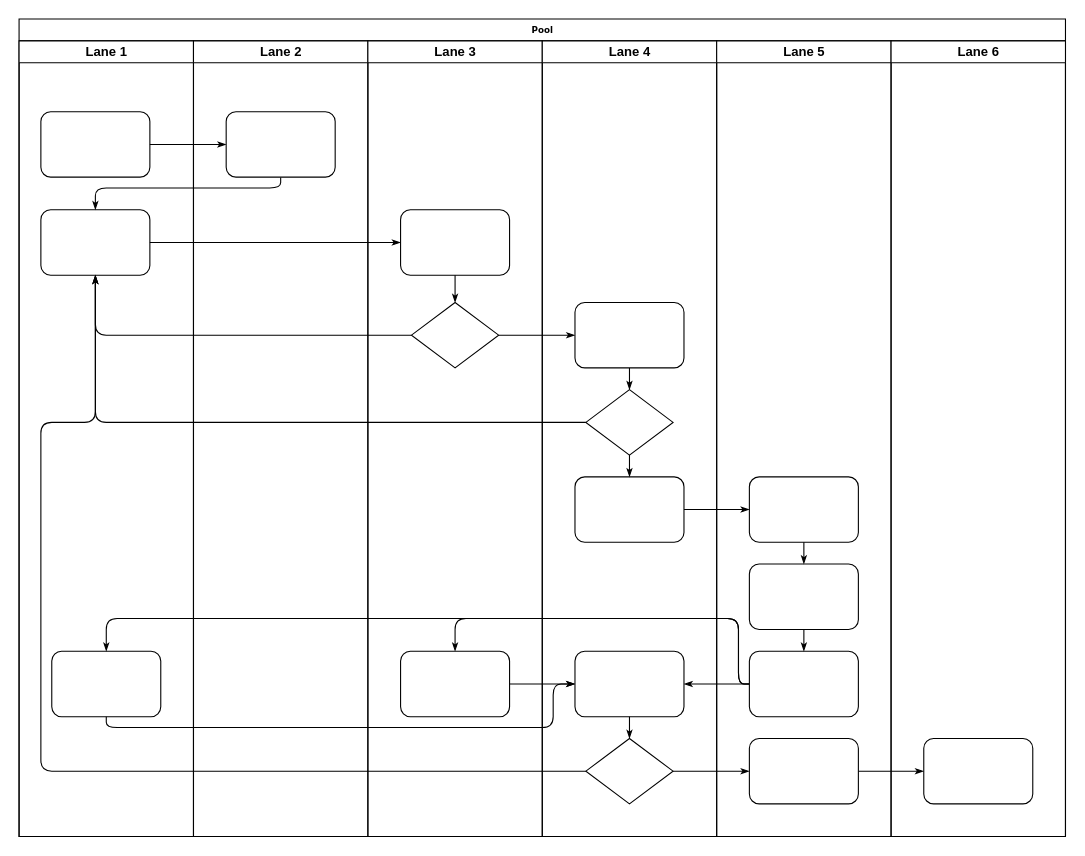
Before: docs/Biểu đồ không có tiêu đề.drawio in hoanglong8/FoxAI-Data-Analyst, a draw.io diagram. Source tidied: cells renumbered, new cells numbered last; positions are measured from the earlier drawing's top-left corner, leaving out a move shared by most shapes. Both pictures are drawn from the tidied source at 109%, with x=0, y=0 at pixel (19, 19).
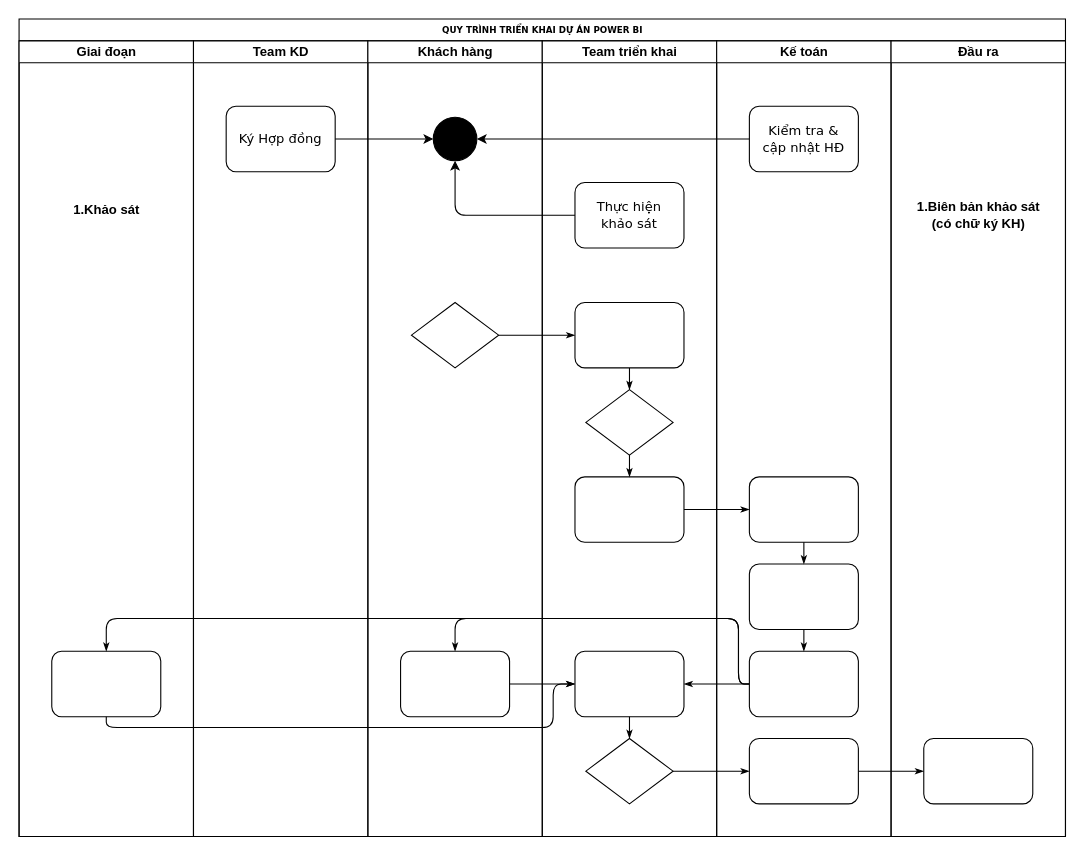
After the change.

Commit message:
Cập nhật Biểu đồ không có tiêu đề.drawio

The change refers to these unchanged cells:
```xml
<mxCell id="26" style="rhombus;whiteSpace=wrap;html=1;rounded=0;shadow=0;labelBackgroundColor=none;strokeWidth=1;fontFamily=Verdana;fontSize=8;align=center;" parent="24" vertex="1">
  <mxGeometry x="40" y="240" width="80" height="60" as="geometry" />
</mxCell>
<mxCell id="31" style="rhombus;whiteSpace=wrap;html=1;rounded=0;shadow=0;labelBackgroundColor=none;strokeWidth=1;fontFamily=Verdana;fontSize=8;align=center;" parent="29" vertex="1">
  <mxGeometry x="40" y="320" width="80" height="60" as="geometry" />
</mxCell>
<mxCell id="34" style="rhombus;whiteSpace=wrap;html=1;rounded=0;shadow=0;labelBackgroundColor=none;strokeWidth=1;fontFamily=Verdana;fontSize=8;align=center;" parent="29" vertex="1">
  <mxGeometry x="40" y="640" width="80" height="60" as="geometry" />
</mxCell>
```

What changed in the source:
```diff
@@
-    <mxCell id="2" value="Pool" style="swimlane;html=1;startSize=20;rounded=0;shadow=0;labelBackgroundColor=none;strokeWidth=1;fontFamily=Verdana;fontSize=8;align=center;" parent="1" vertex="1">
+    <mxCell id="2" value="QUY TRÌNH TRIỂN KHAI DỰ ÁN POWER BI" style="swimlane;html=1;startSize=20;rounded=0;shadow=0;labelBackgroundColor=none;strokeWidth=1;fontFamily=Verdana;fontSize=8;align=center;" parent="1" vertex="1">
       <mxGeometry width="960" height="750" as="geometry" />
     </mxCell>
-    <mxCell id="3" value="Lane 1" style="swimlane;html=1;startSize=20;" parent="2" vertex="1">
+    <mxCell id="3" value="Giai đoạn" style="swimlane;html=1;startSize=20;" parent="2" vertex="1">
       <mxGeometry y="20" width="160" height="730" as="geometry" />
     </mxCell>
-    <mxCell id="4" style="rounded=1;whiteSpace=wrap;html=1;shadow=0;labelBackgroundColor=none;strokeWidth=1;fontFamily=Verdana;fontSize=8;align=center;" parent="3" vertex="1">
-      <mxGeometry x="20" y="65" width="100" height="60" as="geometry" />
-    </mxCell>
-    <mxCell id="5" style="rounded=1;whiteSpace=wrap;html=1;shadow=0;labelBackgroundColor=none;strokeWidth=1;fontFamily=Verdana;fontSize=8;align=center;" parent="3" vertex="1">
-      <mxGeometry x="20" y="155" width="100" height="60" as="geometry" />
-    </mxCell>
@@
-    <mxCell id="7" style="edgeStyle=orthogonalEdgeStyle;rounded=1;html=1;labelBackgroundColor=none;startArrow=none;startFill=0;startSize=5;endArrow=classicThin;endFill=1;endSize=5;jettySize=auto;strokeWidth=1;fontFamily=Verdana;fontSize=8;" parent="2" edge="1" source="4" target="23">
-      <mxGeometry relative="1" as="geometry" />
-    </mxCell>
-    <mxCell id="8" style="edgeStyle=orthogonalEdgeStyle;rounded=1;html=1;labelBackgroundColor=none;startArrow=none;startFill=0;startSize=5;endArrow=classicThin;endFill=1;endSize=5;jettySize=auto;strokeWidth=1;fontFamily=Verdana;fontSize=8;" parent="2" edge="1" source="23" target="5">
-      <mxGeometry relative="1" as="geometry">
-        <Array as="points">
-          <mxPoint x="240" y="155" />
-          <mxPoint x="70" y="155" />
-        </Array>
-      </mxGeometry>
-    </mxCell>
-    <mxCell id="9" style="edgeStyle=orthogonalEdgeStyle;rounded=1;html=1;labelBackgroundColor=none;startArrow=none;startFill=0;startSize=5;endArrow=classicThin;endFill=1;endSize=5;jettySize=auto;strokeWidth=1;fontFamily=Verdana;fontSize=8;" parent="2" edge="1" source="5" target="25">
-      <mxGeometry relative="1" as="geometry" />
-    </mxCell>
-    <mxCell id="10" style="edgeStyle=orthogonalEdgeStyle;rounded=1;html=1;labelBackgroundColor=none;startArrow=none;startFill=0;startSize=5;endArrow=classicThin;endFill=1;endSize=5;jettySize=auto;strokeWidth=1;fontFamily=Verdana;fontSize=8;" parent="2" edge="1" source="26" target="5">
-      <mxGeometry relative="1" as="geometry" />
-    </mxCell>
-    <mxCell id="11" style="edgeStyle=orthogonalEdgeStyle;rounded=1;html=1;labelBackgroundColor=none;startArrow=none;startFill=0;startSize=5;endArrow=classicThin;endFill=1;endSize=5;jettySize=auto;strokeWidth=1;fontFamily=Verdana;fontSize=8;" parent="2" edge="1" source="31" target="5">
-      <mxGeometry relative="1" as="geometry" />
-    </mxCell>
-    <mxCell id="12" style="edgeStyle=orthogonalEdgeStyle;rounded=1;html=1;labelBackgroundColor=none;startArrow=none;startFill=0;startSize=5;endArrow=classicThin;endFill=1;endSize=5;jettySize=auto;strokeWidth=1;fontFamily=Verdana;fontSize=8;" parent="2" edge="1" source="34" target="5">
-      <mxGeometry relative="1" as="geometry">
-        <Array as="points">
-          <mxPoint x="20" y="690" />
-          <mxPoint x="20" y="370" />
-          <mxPoint x="70" y="370" />
-        </Array>
-      </mxGeometry>
-    </mxCell>
+    <mxCell id="47" value="1.Khảo sát" style="text;html=1;align=center;verticalAlign=middle;strokeColor=none;fillColor=none;fontStyle=1;" parent="3" vertex="1">
+      <mxGeometry x="40" y="140" width="80" height="30" as="geometry" />
+    </mxCell>
@@
-    <mxCell id="22" value="Lane 2" style="swimlane;html=1;startSize=20;" parent="2" vertex="1">
+    <mxCell id="22" value="Team KD" style="swimlane;html=1;startSize=20;" parent="2" vertex="1">
       <mxGeometry x="160" y="20" width="160" height="730" as="geometry" />
     </mxCell>
-    <mxCell id="23" style="rounded=1;whiteSpace=wrap;html=1;shadow=0;labelBackgroundColor=none;strokeWidth=1;fontFamily=Verdana;fontSize=8;align=center;" parent="22" vertex="1">
-      <mxGeometry x="30" y="65" width="100" height="60" as="geometry" />
+    <mxCell id="23" value="&lt;font style=&quot;font-size: 12px;&quot;&gt;Ký Hợp đồng&lt;/font&gt;" style="rounded=1;whiteSpace=wrap;html=1;shadow=0;labelBackgroundColor=none;strokeWidth=1;fontFamily=Verdana;fontSize=8;align=center;" parent="22" vertex="1">
+      <mxGeometry x="30" y="60" width="100" height="60" as="geometry" />
     </mxCell>
-    <mxCell id="24" value="Lane 3" style="swimlane;html=1;startSize=20;" parent="2" vertex="1">
+    <mxCell id="24" value="Khách hàng" style="swimlane;html=1;startSize=20;" parent="2" vertex="1">
       <mxGeometry x="320" y="20" width="160" height="730" as="geometry" />
     </mxCell>
-    <mxCell id="25" style="rounded=1;whiteSpace=wrap;html=1;shadow=0;labelBackgroundColor=none;strokeWidth=1;fontFamily=Verdana;fontSize=8;align=center;" parent="24" vertex="1">
-      <mxGeometry x="30" y="155" width="100" height="60" as="geometry" />
-    </mxCell>
@@
-    <mxCell id="28" style="edgeStyle=orthogonalEdgeStyle;rounded=1;html=1;labelBackgroundColor=none;startArrow=none;startFill=0;startSize=5;endArrow=classicThin;endFill=1;endSize=5;jettySize=auto;strokeWidth=1;fontFamily=Verdana;fontSize=8;" parent="24" edge="1" source="25" target="26">
-      <mxGeometry relative="1" as="geometry" />
-    </mxCell>
+    <mxCell id="48" style="ellipse;whiteSpace=wrap;html=1;fillColor=#000000;" parent="24" vertex="1">
+      <mxGeometry x="60" y="70" width="40" height="40" as="geometry" />
+    </mxCell>
-    <mxCell id="29" value="Lane 4" style="swimlane;html=1;startSize=20;" parent="2" vertex="1">
+    <mxCell id="29" value="Team triển khai" style="swimlane;html=1;startSize=20;" parent="2" vertex="1">
       <mxGeometry x="480" y="20" width="160" height="730" as="geometry" />
     </mxCell>
@@
+    <mxCell id="49" value="&lt;font style=&quot;font-size: 12px;&quot;&gt;Thực hiện &lt;br&gt;khảo sát&lt;/font&gt;" style="rounded=1;whiteSpace=wrap;html=1;shadow=0;labelBackgroundColor=none;strokeWidth=1;fontFamily=Verdana;fontSize=8;align=center;" parent="29" vertex="1">
+      <mxGeometry x="30" y="130" width="100" height="60" as="geometry" />
+    </mxCell>
-    <mxCell id="38" value="Lane 5" style="swimlane;html=1;startSize=20;" parent="2" vertex="1">
+    <mxCell id="38" value="Kế toán" style="swimlane;html=1;startSize=20;" parent="2" vertex="1">
       <mxGeometry x="640" y="20" width="160" height="730" as="geometry" />
     </mxCell>
@@
+    <mxCell id="5" value="&lt;span style=&quot;font-size: 12px;&quot;&gt;Kiểm tra &amp;amp;&lt;br&gt;cập nhật HĐ&lt;/span&gt;" style="rounded=1;whiteSpace=wrap;html=1;shadow=0;labelBackgroundColor=none;strokeWidth=1;fontFamily=Verdana;fontSize=8;align=center;" parent="38" vertex="1">
+      <mxGeometry x="30" y="60" width="100" height="60" as="geometry" />
+    </mxCell>
-    <mxCell id="45" value="Lane 6" style="swimlane;html=1;startSize=20;" parent="2" vertex="1">
+    <mxCell id="45" value="Đầu ra" style="swimlane;html=1;startSize=20;" parent="2" vertex="1">
       <mxGeometry x="800" y="20" width="160" height="730" as="geometry" />
     </mxCell>
@@
+    <mxCell id="50" value="&lt;b&gt;1.Biên bản khảo sát &lt;br&gt;(có chữ ký KH)&lt;/b&gt;" style="text;html=1;align=center;verticalAlign=middle;strokeColor=none;fillColor=none;" parent="45" vertex="1">
+      <mxGeometry x="10" y="140" width="140" height="40" as="geometry" />
+    </mxCell>
+    <mxCell id="51" style="edgeStyle=orthogonalEdgeStyle;rounded=0;jettySize=auto;html=1;exitX=1;exitY=0.5;exitDx=0;exitDy=0;entryX=0;entryY=0.5;entryDx=0;entryDy=0;" parent="2" edge="1" source="23" target="48">
+      <mxGeometry relative="1" as="geometry" />
+    </mxCell>
+    <mxCell id="52" style="edgeStyle=orthogonalEdgeStyle;rounded=0;jettySize=auto;html=1;entryX=1;entryY=0.5;entryDx=0;entryDy=0;" parent="2" edge="1" source="5" target="48">
+      <mxGeometry relative="1" as="geometry" />
+    </mxCell>
+    <mxCell id="53" style="edgeStyle=orthogonalEdgeStyle;rounded=1;jettySize=auto;html=1;entryX=0.5;entryY=1;entryDx=0;entryDy=0;curved=0;" parent="2" edge="1" source="49" target="48">
+      <mxGeometry relative="1" as="geometry" />
+    </mxCell>
```
